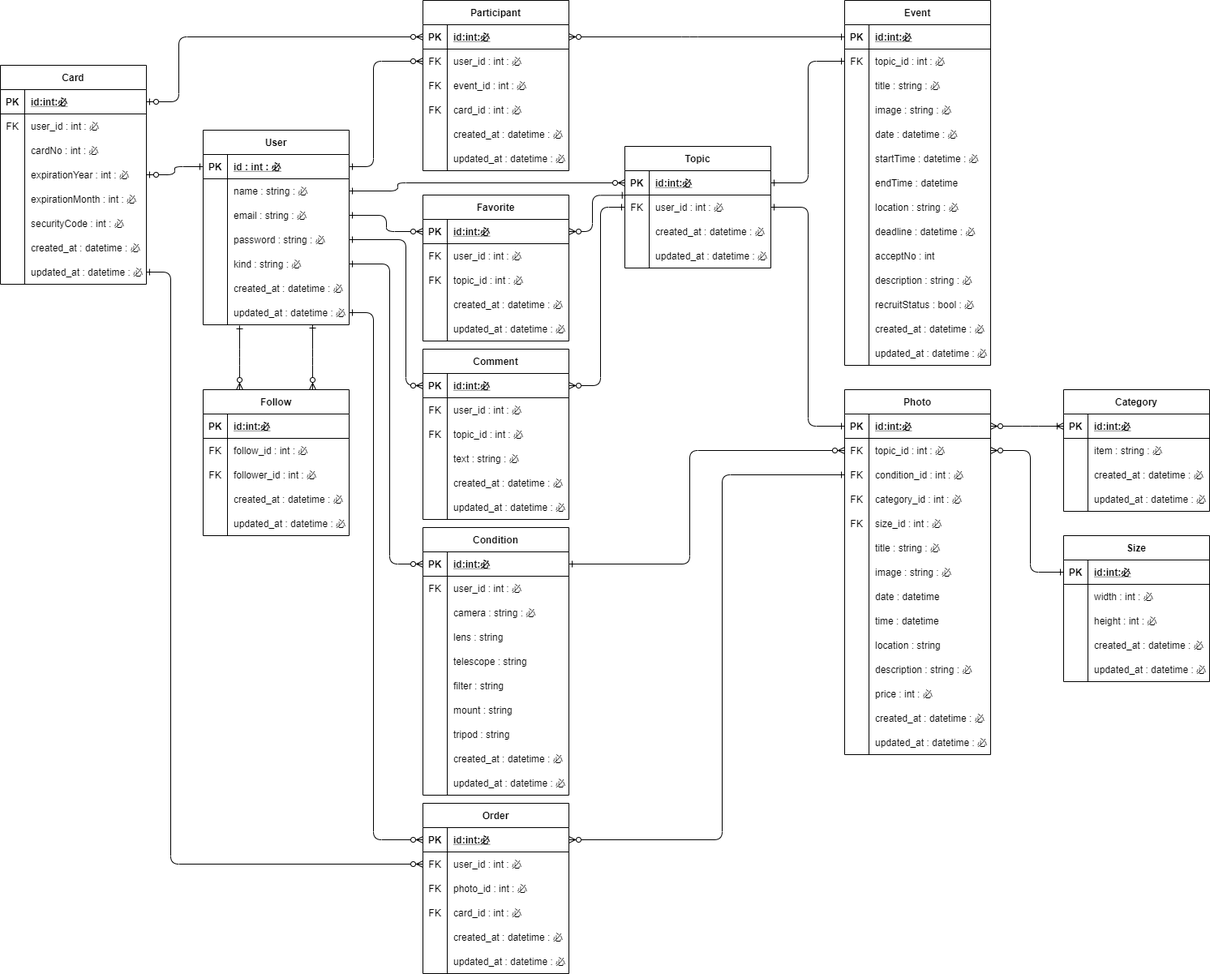
UtaSuzuki/astrogram keeps this draw.io diagram as outline/ERchart.png. Above is the earlier version. Source tidied: cells renumbered, new cells last; positions are measured from the earlier drawing's top-left corner, leaving out a move shared by most shapes.
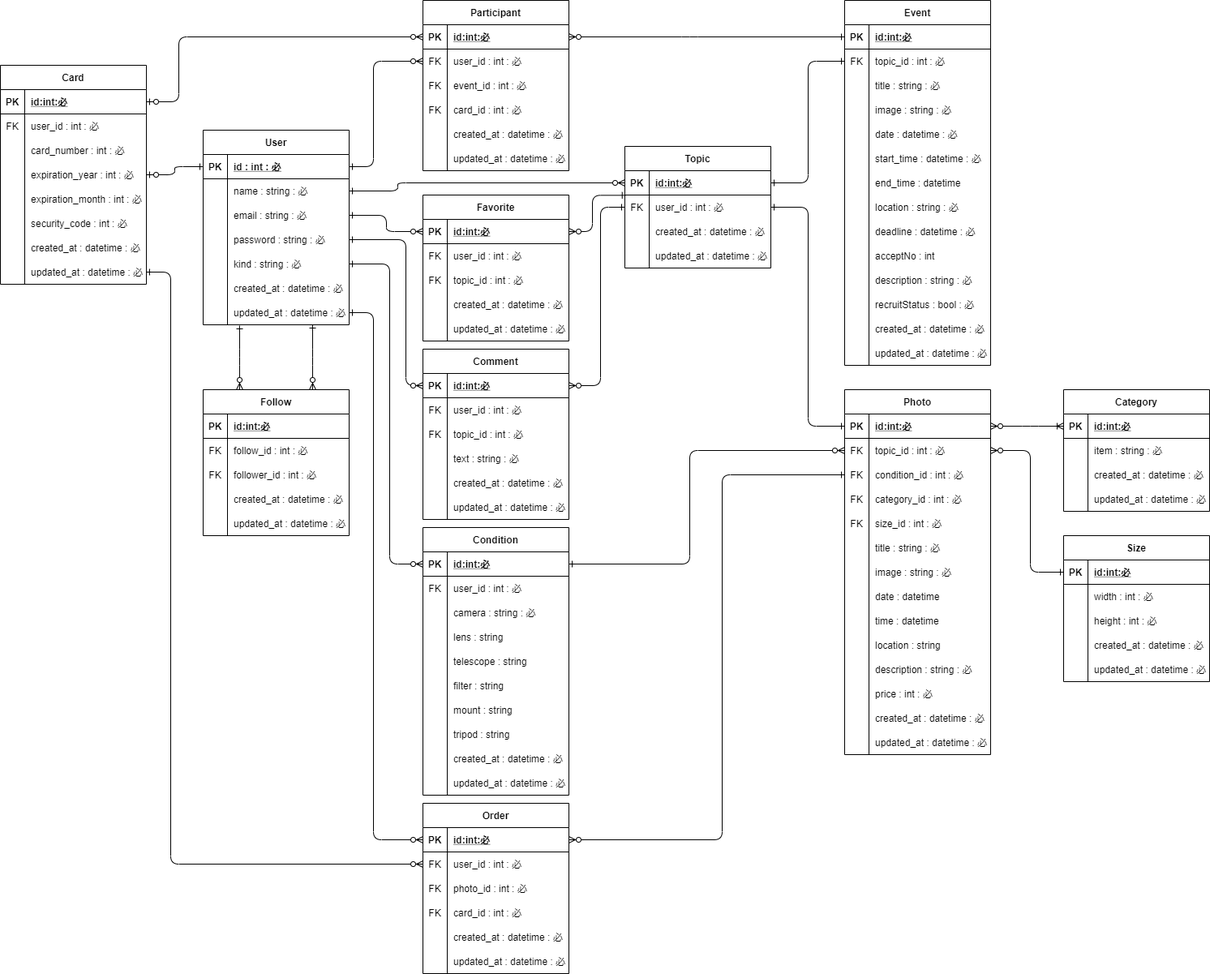
After the commit.

Change to the diagram source:
```diff
@@ -215,7 +215,7 @@
     <mxCell id="72" style="shape=partialRectangle;fillColor=none;top=0;left=0;bottom=0;right=0;overflow=hidden;" parent="71" vertex="1">
       <mxGeometry width="30" height="30" as="geometry" />
     </mxCell>
-    <mxCell id="73" value="startTime : datetime : 必" style="shape=partialRectangle;fillColor=none;top=0;left=0;bottom=0;right=0;align=left;spacingLeft=6;overflow=hidden;" parent="71" vertex="1">
+    <mxCell id="73" value="start_time : datetime : 必" style="shape=partialRectangle;fillColor=none;top=0;left=0;bottom=0;right=0;align=left;spacingLeft=6;overflow=hidden;" parent="71" vertex="1">
       <mxGeometry x="30" width="150" height="30" as="geometry" />
     </mxCell>
     <mxCell id="74" style="shape=partialRectangle;fillColor=none;top=0;left=0;bottom=0;right=0;" parent="55" vertex="1">
@@ -224,7 +224,7 @@
     <mxCell id="75" style="shape=partialRectangle;fillColor=none;top=0;left=0;bottom=0;right=0;overflow=hidden;" parent="74" vertex="1">
       <mxGeometry width="30" height="30" as="geometry" />
     </mxCell>
-    <mxCell id="76" value="endTime : datetime" style="shape=partialRectangle;fillColor=none;top=0;left=0;bottom=0;right=0;align=left;spacingLeft=6;overflow=hidden;" parent="74" vertex="1">
+    <mxCell id="76" value="end_time : datetime" style="shape=partialRectangle;fillColor=none;top=0;left=0;bottom=0;right=0;align=left;spacingLeft=6;overflow=hidden;" parent="74" vertex="1">
       <mxGeometry x="30" width="150" height="30" as="geometry" />
     </mxCell>
     <mxCell id="77" style="shape=partialRectangle;fillColor=none;top=0;left=0;bottom=0;right=0;" parent="55" vertex="1">
@@ -756,7 +756,7 @@
     <mxCell id="244" style="shape=partialRectangle;fillColor=none;top=0;left=0;bottom=0;right=0;overflow=hidden;" parent="243" vertex="1">
       <mxGeometry width="30" height="30" as="geometry" />
     </mxCell>
-    <mxCell id="245" value="cardNo : int : 必" style="shape=partialRectangle;fillColor=none;top=0;left=0;bottom=0;right=0;align=left;spacingLeft=6;overflow=hidden;" parent="243" vertex="1">
+    <mxCell id="245" value="card_number : int : 必" style="shape=partialRectangle;fillColor=none;top=0;left=0;bottom=0;right=0;align=left;spacingLeft=6;overflow=hidden;" parent="243" vertex="1">
       <mxGeometry x="30" width="150" height="30" as="geometry" />
     </mxCell>
     <mxCell id="246" style="shape=partialRectangle;fillColor=none;top=0;left=0;bottom=0;right=0;points=[[0,0.5],[1,0.5]];portConstraint=eastwest;" parent="236" vertex="1">
@@ -765,7 +765,7 @@
     <mxCell id="247" style="shape=partialRectangle;fillColor=none;top=0;left=0;bottom=0;right=0;overflow=hidden;" parent="246" vertex="1">
       <mxGeometry width="30" height="30" as="geometry" />
     </mxCell>
-    <mxCell id="248" value="expirationYear : int : 必" style="shape=partialRectangle;fillColor=none;top=0;left=0;bottom=0;right=0;align=left;spacingLeft=6;overflow=hidden;" parent="246" vertex="1">
+    <mxCell id="248" value="expiration_year : int : 必" style="shape=partialRectangle;fillColor=none;top=0;left=0;bottom=0;right=0;align=left;spacingLeft=6;overflow=hidden;" parent="246" vertex="1">
       <mxGeometry x="30" width="150" height="30" as="geometry" />
     </mxCell>
     <mxCell id="249" style="shape=partialRectangle;fillColor=none;top=0;left=0;bottom=0;right=0;" parent="236" vertex="1">
@@ -774,7 +774,7 @@
     <mxCell id="250" style="shape=partialRectangle;fillColor=none;top=0;left=0;bottom=0;right=0;overflow=hidden;" parent="249" vertex="1">
       <mxGeometry width="30" height="30" as="geometry" />
     </mxCell>
-    <mxCell id="251" value="expirationMonth : int : 必" style="shape=partialRectangle;fillColor=none;top=0;left=0;bottom=0;right=0;align=left;spacingLeft=6;overflow=hidden;" parent="249" vertex="1">
+    <mxCell id="251" value="expiration_month : int : 必" style="shape=partialRectangle;fillColor=none;top=0;left=0;bottom=0;right=0;align=left;spacingLeft=6;overflow=hidden;" parent="249" vertex="1">
       <mxGeometry x="30" width="150" height="30" as="geometry" />
     </mxCell>
     <mxCell id="252" style="shape=partialRectangle;fillColor=none;top=0;left=0;bottom=0;right=0;" parent="236" vertex="1">
@@ -783,7 +783,7 @@
     <mxCell id="253" style="shape=partialRectangle;fillColor=none;top=0;left=0;bottom=0;right=0;overflow=hidden;" parent="252" vertex="1">
       <mxGeometry width="30" height="30" as="geometry" />
     </mxCell>
-    <mxCell id="254" value="securityCode : int : 必" style="shape=partialRectangle;fillColor=none;top=0;left=0;bottom=0;right=0;align=left;spacingLeft=6;overflow=hidden;" parent="252" vertex="1">
+    <mxCell id="254" value="security_code : int : 必" style="shape=partialRectangle;fillColor=none;top=0;left=0;bottom=0;right=0;align=left;spacingLeft=6;overflow=hidden;" parent="252" vertex="1">
       <mxGeometry x="30" width="150" height="30" as="geometry" />
     </mxCell>
     <mxCell id="255" style="shape=partialRectangle;fillColor=none;top=0;left=0;bottom=0;right=0;" parent="236" vertex="1">
```
